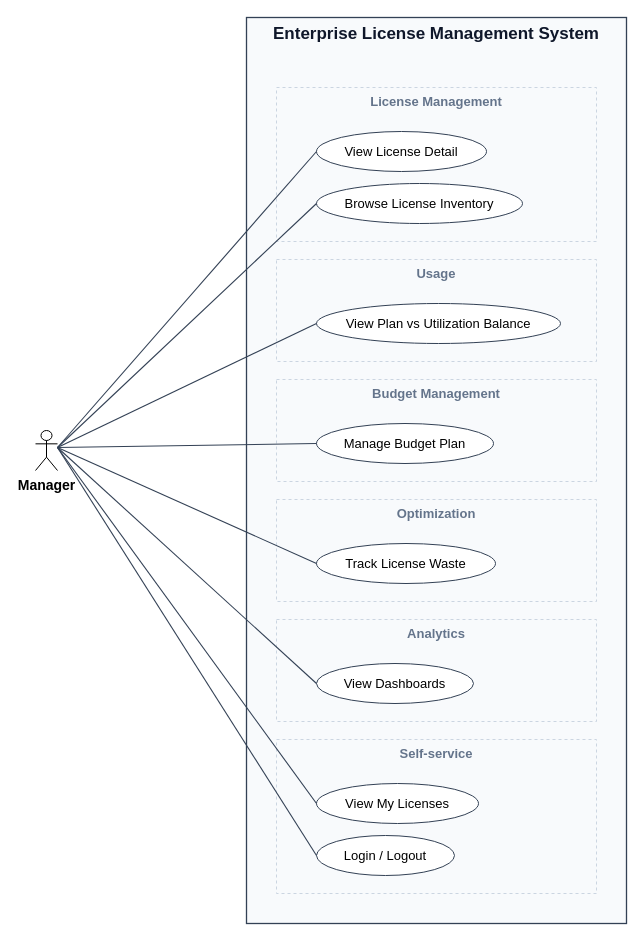
Before: docs/diagrams/out/uc_manager.drawio in cuonglpv/VFast, a draw.io diagram. Source tidied: cells renumbered, new cells numbered last; positions are measured from the earlier drawing's top-left corner, leaving out a move shared by most shapes. Both pictures are drawn from the tidied source at 100%, with x=0, y=0 at pixel (35, 17).
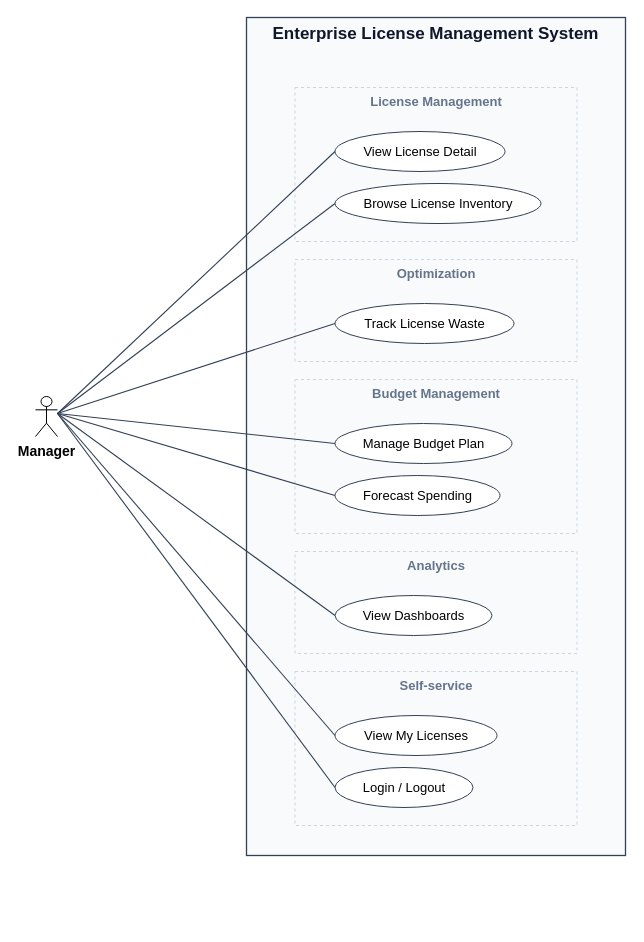
Above is the later version.

Change to the diagram source:
```diff
@@
     <mxCell id="2" value="Enterprise License Management System" style="rounded=0;arcSize=0;absoluteArcSize=1;whiteSpace=wrap;html=1;fillColor=#F8FAFC;strokeColor=#334155;strokeWidth=1.3;fontSize=17;fontColor=#0f172a;align=center;verticalAlign=top;fontStyle=1;" parent="1" vertex="1">
-      <mxGeometry x="211" width="380" height="906" as="geometry" />
+      <mxGeometry x="211" width="379" height="838" as="geometry" />
     </mxCell>
     <mxCell id="3" value="License Management" style="rounded=0;arcSize=0;absoluteArcSize=1;whiteSpace=wrap;html=1;fillColor=#F8FAFC;strokeColor=#CBD5E1;strokeWidth=1;fontSize=13;fontColor=#64748B;align=center;verticalAlign=top;dashed=1;fontStyle=1;" parent="1" vertex="1">
-      <mxGeometry x="241" y="70" width="320" height="154" as="geometry" />
+      <mxGeometry x="259.5" y="70" width="282" height="154" as="geometry" />
     </mxCell>
     <mxCell id="4" value="View License Detail" style="ellipse;whiteSpace=wrap;html=1;fillColor=#ffffff;strokeColor=#334155;fontSize=13;fontColor=#000000;" parent="1" vertex="1">
-      <mxGeometry x="281" y="114" width="170" height="40" as="geometry" />
+      <mxGeometry x="299.5" y="114" width="170" height="40" as="geometry" />
     </mxCell>
     <mxCell id="5" value="Browse License Inventory" style="ellipse;whiteSpace=wrap;html=1;fillColor=#ffffff;strokeColor=#334155;fontSize=13;fontColor=#000000;" parent="1" vertex="1">
-      <mxGeometry x="281" y="166" width="206" height="40" as="geometry" />
+      <mxGeometry x="299.5" y="166" width="206" height="40" as="geometry" />
     </mxCell>
-    <mxCell id="6" value="Usage" style="rounded=0;arcSize=0;absoluteArcSize=1;whiteSpace=wrap;html=1;fillColor=#F8FAFC;strokeColor=#CBD5E1;strokeWidth=1;fontSize=13;fontColor=#64748B;align=center;verticalAlign=top;dashed=1;fontStyle=1;" parent="1" vertex="1">
-      <mxGeometry x="241" y="242" width="320" height="102" as="geometry" />
+    <mxCell id="6" value="Optimization" style="rounded=0;arcSize=0;absoluteArcSize=1;whiteSpace=wrap;html=1;fillColor=#F8FAFC;strokeColor=#CBD5E1;strokeWidth=1;fontSize=13;fontColor=#64748B;align=center;verticalAlign=top;dashed=1;fontStyle=1;" parent="1" vertex="1">
+      <mxGeometry x="259.5" y="242" width="282" height="102" as="geometry" />
     </mxCell>
-    <mxCell id="7" value="View Plan vs Utilization Balance" style="ellipse;whiteSpace=wrap;html=1;fillColor=#ffffff;strokeColor=#334155;fontSize=13;fontColor=#000000;" parent="1" vertex="1">
-      <mxGeometry x="281" y="286" width="244" height="40" as="geometry" />
+    <mxCell id="7" value="Track License Waste" style="ellipse;whiteSpace=wrap;html=1;fillColor=#ffffff;strokeColor=#334155;fontSize=13;fontColor=#000000;" parent="1" vertex="1">
+      <mxGeometry x="299.5" y="286" width="179" height="40" as="geometry" />
     </mxCell>
     <mxCell id="8" value="Budget Management" style="rounded=0;arcSize=0;absoluteArcSize=1;whiteSpace=wrap;html=1;fillColor=#F8FAFC;strokeColor=#CBD5E1;strokeWidth=1;fontSize=13;fontColor=#64748B;align=center;verticalAlign=top;dashed=1;fontStyle=1;" parent="1" vertex="1">
-      <mxGeometry x="241" y="362" width="320" height="102" as="geometry" />
+      <mxGeometry x="259.5" y="362" width="282" height="154" as="geometry" />
     </mxCell>
     <mxCell id="9" value="Manage Budget Plan" style="ellipse;whiteSpace=wrap;html=1;fillColor=#ffffff;strokeColor=#334155;fontSize=13;fontColor=#000000;" parent="1" vertex="1">
-      <mxGeometry x="281" y="406" width="177" height="40" as="geometry" />
+      <mxGeometry x="299.5" y="406" width="177" height="40" as="geometry" />
     </mxCell>
-    <mxCell id="10" value="Optimization" style="rounded=0;arcSize=0;absoluteArcSize=1;whiteSpace=wrap;html=1;fillColor=#F8FAFC;strokeColor=#CBD5E1;strokeWidth=1;fontSize=13;fontColor=#64748B;align=center;verticalAlign=top;dashed=1;fontStyle=1;" parent="1" vertex="1">
-      <mxGeometry x="241" y="482" width="320" height="102" as="geometry" />
+    <mxCell id="10" value="Forecast Spending" style="ellipse;whiteSpace=wrap;html=1;fillColor=#ffffff;strokeColor=#334155;fontSize=13;fontColor=#000000;" parent="1" vertex="1">
+      <mxGeometry x="299.5" y="458" width="165" height="40" as="geometry" />
     </mxCell>
-    <mxCell id="11" value="Track License Waste" style="ellipse;whiteSpace=wrap;html=1;fillColor=#ffffff;strokeColor=#334155;fontSize=13;fontColor=#000000;" parent="1" vertex="1">
-      <mxGeometry x="281" y="526" width="179" height="40" as="geometry" />
+    <mxCell id="11" value="Analytics" style="rounded=0;arcSize=0;absoluteArcSize=1;whiteSpace=wrap;html=1;fillColor=#F8FAFC;strokeColor=#CBD5E1;strokeWidth=1;fontSize=13;fontColor=#64748B;align=center;verticalAlign=top;dashed=1;fontStyle=1;" parent="1" vertex="1">
+      <mxGeometry x="259.5" y="534" width="282" height="102" as="geometry" />
     </mxCell>
-    <mxCell id="12" value="Analytics" style="rounded=0;arcSize=0;absoluteArcSize=1;whiteSpace=wrap;html=1;fillColor=#F8FAFC;strokeColor=#CBD5E1;strokeWidth=1;fontSize=13;fontColor=#64748B;align=center;verticalAlign=top;dashed=1;fontStyle=1;" parent="1" vertex="1">
-      <mxGeometry x="241" y="602" width="320" height="102" as="geometry" />
+    <mxCell id="12" value="View Dashboards" style="ellipse;whiteSpace=wrap;html=1;fillColor=#ffffff;strokeColor=#334155;fontSize=13;fontColor=#000000;" parent="1" vertex="1">
+      <mxGeometry x="299.5" y="578" width="157" height="40" as="geometry" />
     </mxCell>
-    <mxCell id="13" value="View Dashboards" style="ellipse;whiteSpace=wrap;html=1;fillColor=#ffffff;strokeColor=#334155;fontSize=13;fontColor=#000000;" parent="1" vertex="1">
-      <mxGeometry x="281" y="646" width="157" height="40" as="geometry" />
+    <mxCell id="13" value="Self-service" style="rounded=0;arcSize=0;absoluteArcSize=1;whiteSpace=wrap;html=1;fillColor=#F8FAFC;strokeColor=#CBD5E1;strokeWidth=1;fontSize=13;fontColor=#64748B;align=center;verticalAlign=top;dashed=1;fontStyle=1;" parent="1" vertex="1">
+      <mxGeometry x="259.5" y="654" width="282" height="154" as="geometry" />
     </mxCell>
-    <mxCell id="14" value="Self-service" style="rounded=0;arcSize=0;absoluteArcSize=1;whiteSpace=wrap;html=1;fillColor=#F8FAFC;strokeColor=#CBD5E1;strokeWidth=1;fontSize=13;fontColor=#64748B;align=center;verticalAlign=top;dashed=1;fontStyle=1;" parent="1" vertex="1">
-      <mxGeometry x="241" y="722" width="320" height="154" as="geometry" />
+    <mxCell id="14" value="View My Licenses" style="ellipse;whiteSpace=wrap;html=1;fillColor=#ffffff;strokeColor=#334155;fontSize=13;fontColor=#000000;" parent="1" vertex="1">
+      <mxGeometry x="299.5" y="698" width="162" height="40" as="geometry" />
     </mxCell>
-    <mxCell id="15" value="View My Licenses" style="ellipse;whiteSpace=wrap;html=1;fillColor=#ffffff;strokeColor=#334155;fontSize=13;fontColor=#000000;" parent="1" vertex="1">
-      <mxGeometry x="281" y="766" width="162" height="40" as="geometry" />
+    <mxCell id="15" value="Login / Logout" style="ellipse;whiteSpace=wrap;html=1;fillColor=#ffffff;strokeColor=#334155;fontSize=13;fontColor=#000000;" parent="1" vertex="1">
+      <mxGeometry x="299.5" y="750" width="138" height="40" as="geometry" />
     </mxCell>
-    <mxCell id="16" value="Login / Logout" style="ellipse;whiteSpace=wrap;html=1;fillColor=#ffffff;strokeColor=#334155;fontSize=13;fontColor=#000000;" parent="1" vertex="1">
-      <mxGeometry x="281" y="818" width="138" height="40" as="geometry" />
+    <mxCell id="16" value="Manager" style="shape=umlActor;html=1;verticalLabelPosition=bottom;verticalAlign=top;labelPosition=center;align=center;fontSize=14;fontStyle=1;" parent="1" vertex="1">
+      <mxGeometry y="379" width="22" height="40" as="geometry" />
     </mxCell>
-    <mxCell id="17" value="Manager" style="shape=umlActor;html=1;verticalLabelPosition=bottom;verticalAlign=top;labelPosition=center;align=center;fontSize=14;fontStyle=1;" parent="1" vertex="1">
-      <mxGeometry y="413" width="22" height="40" as="geometry" />
+    <mxCell id="17" style="html=1;rounded=0;endArrow=none;endFill=0;startArrow=none;startFill=0;strokeColor=#334155;strokeWidth=1.1;" parent="1" edge="1">
+      <mxGeometry relative="1" as="geometry">
+        <mxPoint x="22" y="396" as="sourcePoint" />
+        <mxPoint x="299.5" y="134" as="targetPoint" />
+      </mxGeometry>
     </mxCell>
     <mxCell id="18" style="html=1;rounded=0;endArrow=none;endFill=0;startArrow=none;startFill=0;strokeColor=#334155;strokeWidth=1.1;" parent="1" edge="1">
       <mxGeometry relative="1" as="geometry">
-        <mxPoint x="22" y="430" as="sourcePoint" />
-        <mxPoint x="281" y="134" as="targetPoint" />
+        <mxPoint x="22" y="396" as="sourcePoint" />
+        <mxPoint x="299.5" y="186" as="targetPoint" />
       </mxGeometry>
     </mxCell>
     <mxCell id="19" style="html=1;rounded=0;endArrow=none;endFill=0;startArrow=none;startFill=0;strokeColor=#334155;strokeWidth=1.1;" parent="1" edge="1">
       <mxGeometry relative="1" as="geometry">
-        <mxPoint x="22" y="430" as="sourcePoint" />
-        <mxPoint x="281" y="186" as="targetPoint" />
+        <mxPoint x="22" y="396" as="sourcePoint" />
+        <mxPoint x="299.5" y="306" as="targetPoint" />
       </mxGeometry>
     </mxCell>
     <mxCell id="20" style="html=1;rounded=0;endArrow=none;endFill=0;startArrow=none;startFill=0;strokeColor=#334155;strokeWidth=1.1;" parent="1" edge="1">
       <mxGeometry relative="1" as="geometry">
-        <mxPoint x="22" y="430" as="sourcePoint" />
-        <mxPoint x="281" y="306" as="targetPoint" />
+        <mxPoint x="22" y="396" as="sourcePoint" />
+        <mxPoint x="299.5" y="426" as="targetPoint" />
       </mxGeometry>
     </mxCell>
     <mxCell id="21" style="html=1;rounded=0;endArrow=none;endFill=0;startArrow=none;startFill=0;strokeColor=#334155;strokeWidth=1.1;" parent="1" edge="1">
       <mxGeometry relative="1" as="geometry">
-        <mxPoint x="22" y="430" as="sourcePoint" />
-        <mxPoint x="281" y="426" as="targetPoint" />
+        <mxPoint x="22" y="396" as="sourcePoint" />
+        <mxPoint x="299.5" y="478" as="targetPoint" />
       </mxGeometry>
     </mxCell>
     <mxCell id="22" style="html=1;rounded=0;endArrow=none;endFill=0;startArrow=none;startFill=0;strokeColor=#334155;strokeWidth=1.1;" parent="1" edge="1">
       <mxGeometry relative="1" as="geometry">
-        <mxPoint x="22" y="430" as="sourcePoint" />
-        <mxPoint x="281" y="546" as="targetPoint" />
+        <mxPoint x="22" y="396" as="sourcePoint" />
+        <mxPoint x="299.5" y="598" as="targetPoint" />
       </mxGeometry>
     </mxCell>
     <mxCell id="23" style="html=1;rounded=0;endArrow=none;endFill=0;startArrow=none;startFill=0;strokeColor=#334155;strokeWidth=1.1;" parent="1" edge="1">
       <mxGeometry relative="1" as="geometry">
-        <mxPoint x="22" y="430" as="sourcePoint" />
-        <mxPoint x="281" y="666" as="targetPoint" />
+        <mxPoint x="22" y="396" as="sourcePoint" />
+        <mxPoint x="299.5" y="718" as="targetPoint" />
       </mxGeometry>
     </mxCell>
     <mxCell id="24" style="html=1;rounded=0;endArrow=none;endFill=0;startArrow=none;startFill=0;strokeColor=#334155;strokeWidth=1.1;" parent="1" edge="1">
       <mxGeometry relative="1" as="geometry">
-        <mxPoint x="22" y="430" as="sourcePoint" />
-        <mxPoint x="281" y="786" as="targetPoint" />
+        <mxPoint x="22" y="396" as="sourcePoint" />
+        <mxPoint x="299.5" y="770" as="targetPoint" />
       </mxGeometry>
     </mxCell>
-    <mxCell id="25" style="html=1;rounded=0;endArrow=none;endFill=0;startArrow=none;startFill=0;strokeColor=#334155;strokeWidth=1.1;" parent="1" edge="1">
-      <mxGeometry relative="1" as="geometry">
-        <mxPoint x="22" y="430" as="sourcePoint" />
-        <mxPoint x="281" y="838" as="targetPoint" />
-      </mxGeometry>
-    </mxCell>
```
